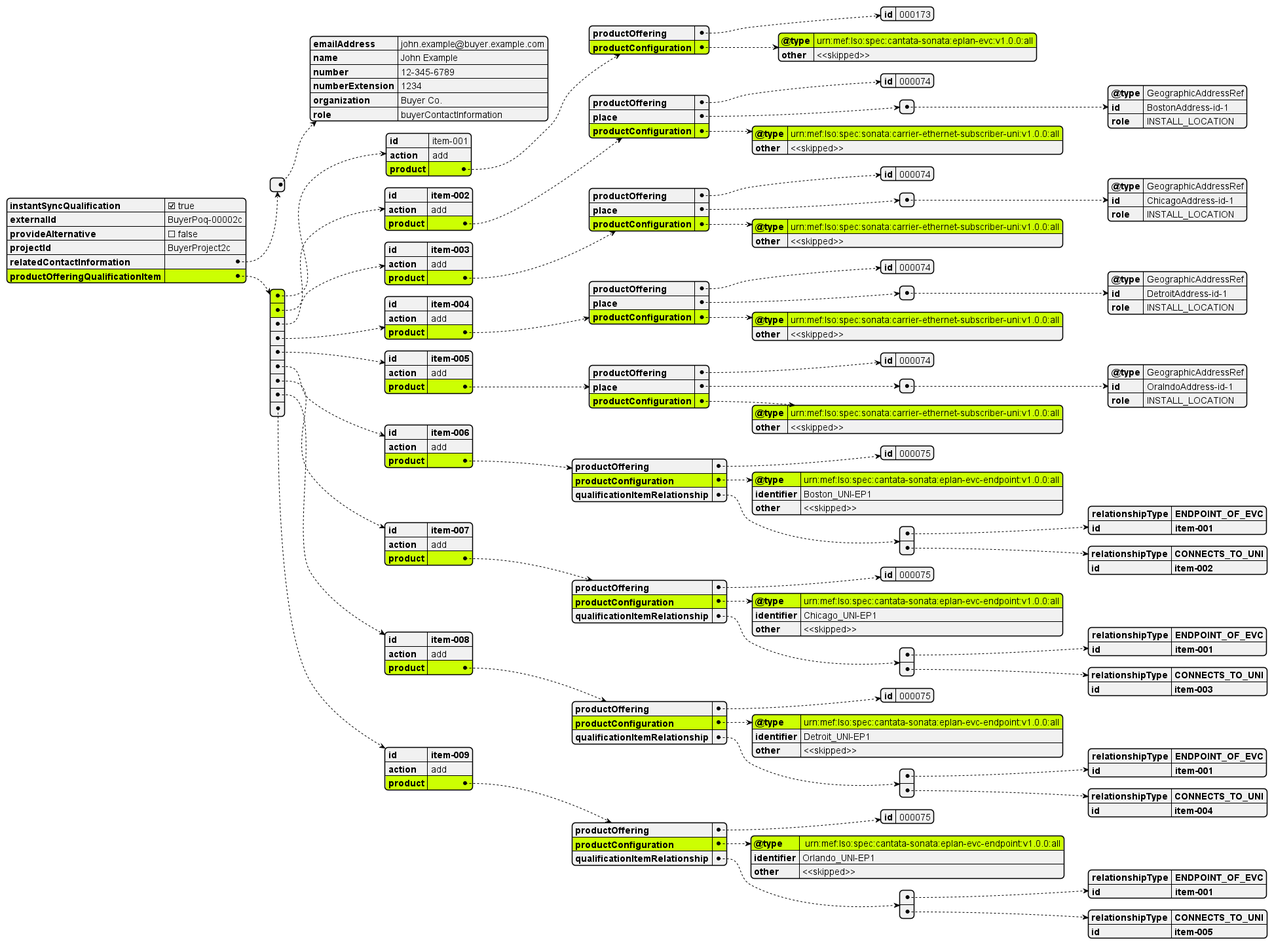
Before: documentation/productSchema/carrierEthernet/subscriberEthernet/MEF 125.0.1 resources/media/images/UseCase2cRequestPOQDiagram.png, a diagram exported from PlantUML (MEF-GIT/MEF-LSO-Sonata-SDK).
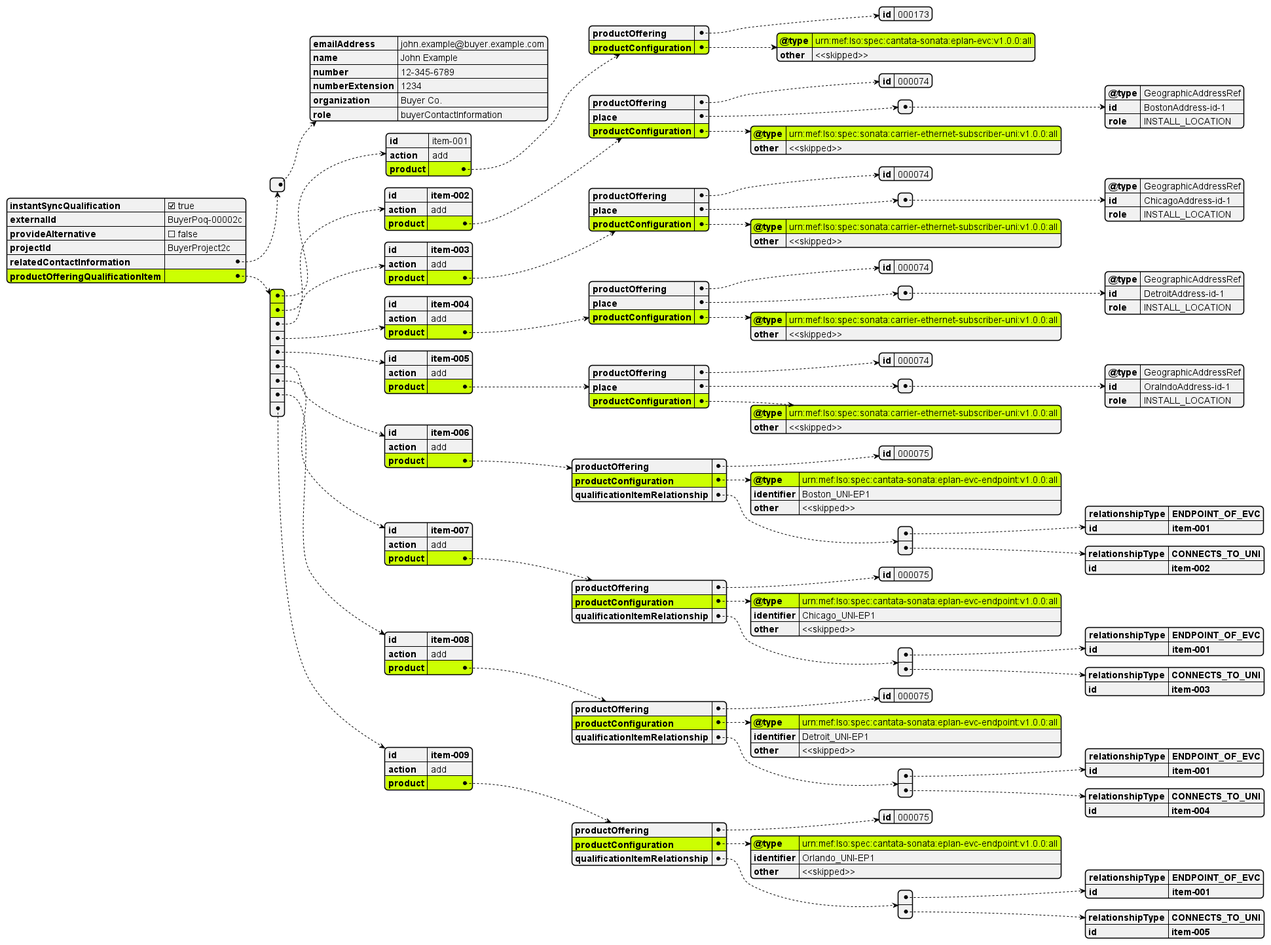
After the change.

Diff of the diagram source:
```diff
@@ -220,7 +220,7 @@
           "id": "000075"
         },
         "productConfiguration": {
-          "@type": " urn:mef:lso:spec:cantata-sonata:eplan-evc-endpoint:v1.0.0:all",
+          "@type": "urn:mef:lso:spec:cantata-sonata:eplan-evc-endpoint:v1.0.0:all",
           "identifier": "Orlando_UNI-EP1",
           "other": "<<skipped>>"
         },
```
